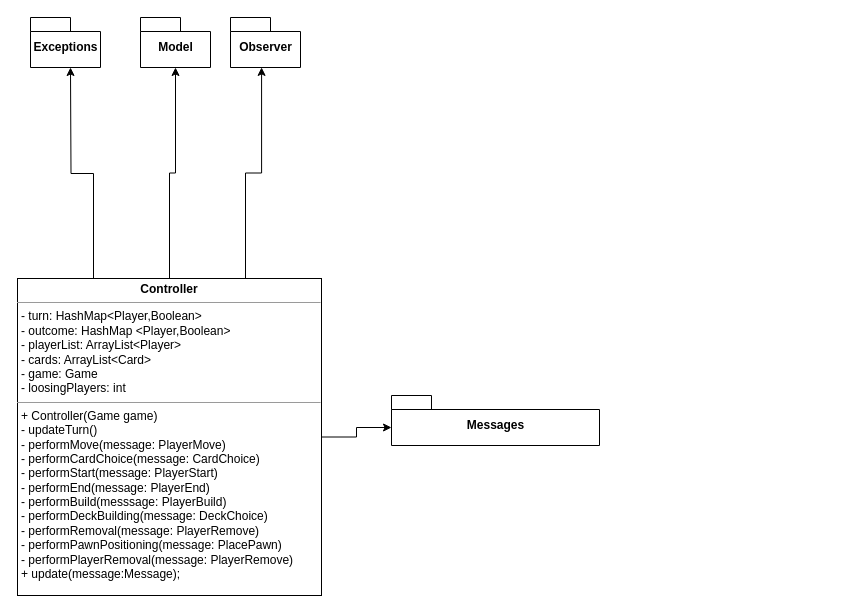
Earlier version of the draw.io diagram UML/Controller.drawio (peppetort/POLIMI_SE_19-20_santorini). Source tidied: cells renumbered, new cells numbered last; positions are measured from the earlier drawing's top-left corner, leaving out a move shared by most shapes. Both pictures are drawn from the tidied source at 100%, with x=0, y=0 at pixel (17, 17).
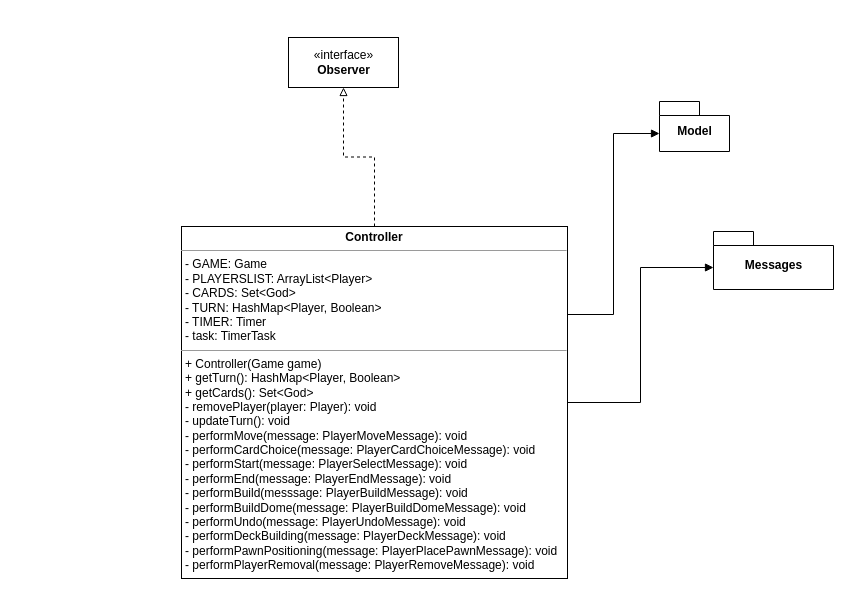
The same diagram, later.

Change to the diagram source:
```diff
@@
 <mxGraphModel>
   <root>
     <mxCell id="0" />
     <mxCell id="1" parent="0" />
     <mxCell id="2" value="Model" style="shape=folder;fontStyle=1;spacingTop=10;tabWidth=40;tabHeight=14;tabPosition=left;html=1;" parent="1" vertex="1">
-      <mxGeometry x="123" width="70" height="50" as="geometry" />
+      <mxGeometry x="642" y="84" width="70" height="50" as="geometry" />
     </mxCell>
-    <mxCell id="3" value="Observer" style="shape=folder;fontStyle=1;spacingTop=10;tabWidth=40;tabHeight=14;tabPosition=left;html=1;" parent="1" vertex="1">
-      <mxGeometry x="213" width="70" height="50" as="geometry" />
-    </mxCell>
+    <mxCell id="11" style="edgeStyle=orthogonalEdgeStyle;rounded=0;jettySize=auto;html=1;endArrow=block;endFill=0;dashed=1;" parent="1" edge="1" source="6" target="12">
+      <mxGeometry relative="1" as="geometry" />
+    </mxCell>
-    <mxCell id="4" style="edgeStyle=orthogonalEdgeStyle;rounded=0;jettySize=auto;html=1;entryX=0.5;entryY=1;entryDx=0;entryDy=0;entryPerimeter=0;" parent="1" edge="1" source="6" target="2">
+    <mxCell id="4" style="edgeStyle=orthogonalEdgeStyle;rounded=0;jettySize=auto;html=1;entryX=0;entryY=0;entryDx=0;entryDy=32;entryPerimeter=0;endArrow=block;endFill=1;exitX=1;exitY=0.25;exitDx=0;exitDy=0;" parent="1" edge="1" source="6" target="2">
       <mxGeometry relative="1" as="geometry" />
     </mxCell>
-    <mxCell id="5" style="edgeStyle=orthogonalEdgeStyle;rounded=0;jettySize=auto;html=1;exitX=1;exitY=0.5;exitDx=0;exitDy=0;entryX=0;entryY=0;entryDx=0;entryDy=32;entryPerimeter=0;" parent="1" edge="1" source="6" target="10">
+    <mxCell id="5" style="edgeStyle=orthogonalEdgeStyle;rounded=0;jettySize=auto;html=1;entryX=0;entryY=0;entryDx=0;entryDy=36;entryPerimeter=0;endArrow=block;endFill=1;" parent="1" edge="1" source="6" target="10">
       <mxGeometry relative="1" as="geometry" />
     </mxCell>
-    <mxCell id="6" value="&lt;p style=&quot;margin: 0px ; margin-top: 4px ; text-align: center&quot;&gt;&lt;b&gt;Controller&lt;/b&gt;&lt;/p&gt;&lt;hr size=&quot;1&quot;&gt;&lt;p style=&quot;margin: 0px ; margin-left: 4px&quot;&gt;- turn: HashMap&amp;lt;Player,Boolean&amp;gt;&lt;/p&gt;&lt;p style=&quot;margin: 0px ; margin-left: 4px&quot;&gt;- outcome: HashMap &amp;lt;Player,Boolean&amp;gt;&amp;nbsp;&lt;/p&gt;&lt;p style=&quot;margin: 0px ; margin-left: 4px&quot;&gt;- playerList: ArrayList&amp;lt;Player&amp;gt;&lt;/p&gt;&lt;p style=&quot;margin: 0px ; margin-left: 4px&quot;&gt;- cards: ArrayList&amp;lt;Card&amp;gt;&lt;/p&gt;&lt;p style=&quot;margin: 0px ; margin-left: 4px&quot;&gt;- game: Game&lt;/p&gt;&lt;p style=&quot;margin: 0px ; margin-left: 4px&quot;&gt;- loosingPlayers: int&lt;/p&gt;&lt;hr size=&quot;1&quot;&gt;&lt;p style=&quot;margin: 0px ; margin-left: 4px&quot;&gt;+ Controller(Game game)&lt;/p&gt;&lt;p style=&quot;margin: 0px ; margin-left: 4px&quot;&gt;- updateTurn()&lt;/p&gt;&lt;p style=&quot;margin: 0px ; margin-left: 4px&quot;&gt;- performMove(message: PlayerMove)&lt;/p&gt;&lt;p style=&quot;margin: 0px ; margin-left: 4px&quot;&gt;- performCardChoice(message: CardChoice)&lt;/p&gt;&lt;p style=&quot;margin: 0px ; margin-left: 4px&quot;&gt;- performStart(message: PlayerStart)&lt;/p&gt;&lt;p style=&quot;margin: 0px ; margin-left: 4px&quot;&gt;- performEnd(message: PlayerEnd)&lt;/p&gt;&lt;p style=&quot;margin: 0px ; margin-left: 4px&quot;&gt;- performBuild(messsage: PlayerBuild)&lt;/p&gt;&lt;p style=&quot;margin: 0px ; margin-left: 4px&quot;&gt;- performDeckBuilding(message: DeckChoice)&lt;/p&gt;&lt;p style=&quot;margin: 0px ; margin-left: 4px&quot;&gt;- performRemoval(message: PlayerRemove)&lt;/p&gt;&lt;p style=&quot;margin: 0px ; margin-left: 4px&quot;&gt;- performPawnPositioning(message: PlacePawn)&lt;/p&gt;&lt;p style=&quot;margin: 0px ; margin-left: 4px&quot;&gt;- performPlayerRemoval(message: PlayerRemove)&lt;/p&gt;&lt;p style=&quot;margin: 0px ; margin-left: 4px&quot;&gt;+ update(message:Message);&amp;nbsp;&amp;nbsp;&lt;/p&gt;&lt;p style=&quot;margin: 0px ; margin-left: 4px&quot;&gt;&lt;br&gt;&lt;/p&gt;" style="verticalAlign=top;align=left;overflow=fill;fontSize=12;fontFamily=Helvetica;html=1;" parent="1" vertex="1">
-      <mxGeometry y="261" width="304" height="317" as="geometry" />
+    <mxCell id="6" value="&lt;p style=&quot;margin: 0px ; margin-top: 4px ; text-align: center&quot;&gt;&lt;b&gt;Controller&lt;/b&gt;&lt;/p&gt;&lt;hr size=&quot;1&quot;&gt;&lt;p style=&quot;margin: 0px ; margin-left: 4px&quot;&gt;- GAME: Game&lt;/p&gt;&lt;p style=&quot;margin: 0px ; margin-left: 4px&quot;&gt;- PLAYERSLIST: ArrayList&amp;lt;Player&amp;gt;&lt;/p&gt;&lt;p style=&quot;margin: 0px ; margin-left: 4px&quot;&gt;- CARDS: Set&amp;lt;God&amp;gt;&lt;/p&gt;&lt;p style=&quot;margin: 0px ; margin-left: 4px&quot;&gt;- TURN: HashMap&amp;lt;Player, Boolean&amp;gt;&lt;/p&gt;&lt;p style=&quot;margin: 0px ; margin-left: 4px&quot;&gt;- TIMER: Timer&lt;/p&gt;&lt;p style=&quot;margin: 0px ; margin-left: 4px&quot;&gt;- task: TimerTask&lt;/p&gt;&lt;hr size=&quot;1&quot;&gt;&lt;p style=&quot;margin: 0px ; margin-left: 4px&quot;&gt;+ Controller(Game game)&lt;/p&gt;&lt;p style=&quot;margin: 0px ; margin-left: 4px&quot;&gt;+ getTurn(): HashMap&amp;lt;Player, Boolean&amp;gt;&lt;/p&gt;&lt;p style=&quot;margin: 0px ; margin-left: 4px&quot;&gt;+ getCards(): Set&amp;lt;God&amp;gt;&lt;/p&gt;&lt;p style=&quot;margin: 0px ; margin-left: 4px&quot;&gt;- removePlayer(player: Player): void&lt;/p&gt;&lt;p style=&quot;margin: 0px ; margin-left: 4px&quot;&gt;- updateTurn(): void&lt;/p&gt;&lt;p style=&quot;margin: 0px ; margin-left: 4px&quot;&gt;- performMove(message: PlayerMoveMessage): void&lt;/p&gt;&lt;p style=&quot;margin: 0px ; margin-left: 4px&quot;&gt;- performCardChoice(message: PlayerCardChoiceMessage): void&lt;/p&gt;&lt;p style=&quot;margin: 0px ; margin-left: 4px&quot;&gt;- performStart(message: PlayerSelectMessage): void&lt;/p&gt;&lt;p style=&quot;margin: 0px ; margin-left: 4px&quot;&gt;- performEnd(message: PlayerEndMessage): void&lt;/p&gt;&lt;p style=&quot;margin: 0px ; margin-left: 4px&quot;&gt;- performBuild(messsage: PlayerBuildMessage): void&lt;/p&gt;&lt;p style=&quot;margin: 0px ; margin-left: 4px&quot;&gt;- performBuildDome(message: PlayerBuildDomeMessage): void&lt;/p&gt;&lt;p style=&quot;margin: 0px ; margin-left: 4px&quot;&gt;- performUndo(message: PlayerUndoMessage): void&lt;/p&gt;&lt;p style=&quot;margin: 0px ; margin-left: 4px&quot;&gt;- performDeckBuilding(message: PlayerDeckMessage): void&lt;/p&gt;&lt;p style=&quot;margin: 0px ; margin-left: 4px&quot;&gt;- performPawnPositioning(message: PlayerPlacePawnMessage): void&lt;/p&gt;&lt;p style=&quot;margin: 0px ; margin-left: 4px&quot;&gt;- performPlayerRemoval(message: PlayerRemoveMessage): void&lt;/p&gt;&lt;p style=&quot;margin: 0px ; margin-left: 4px&quot;&gt;&lt;br&gt;&lt;/p&gt;" style="verticalAlign=top;align=left;overflow=fill;fontSize=12;fontFamily=Helvetica;html=1;" parent="1" vertex="1">
+      <mxGeometry x="164" y="209" width="386" height="352" as="geometry" />
     </mxCell>
-    <mxCell id="7" style="edgeStyle=orthogonalEdgeStyle;rounded=0;jettySize=auto;html=1;entryX=0.444;entryY=0.998;entryDx=0;entryDy=0;entryPerimeter=0;exitX=0.75;exitY=0;exitDx=0;exitDy=0;" parent="1" edge="1" source="6" target="3">
-      <mxGeometry relative="1" as="geometry" />
-    </mxCell>
-    <mxCell id="8" value="Exceptions" style="shape=folder;fontStyle=1;spacingTop=10;tabWidth=40;tabHeight=14;tabPosition=left;html=1;" parent="1" vertex="1">
-      <mxGeometry x="13" width="70" height="50" as="geometry" />
-    </mxCell>
-    <mxCell id="9" style="edgeStyle=orthogonalEdgeStyle;rounded=0;jettySize=auto;html=1;entryX=0.5;entryY=1;entryDx=0;entryDy=0;entryPerimeter=0;exitX=0.25;exitY=0;exitDx=0;exitDy=0;" parent="1" edge="1" source="6">
-      <mxGeometry relative="1" as="geometry">
-        <mxPoint x="53" y="50" as="targetPoint" />
-      </mxGeometry>
-    </mxCell>
     <mxCell id="10" value="Messages" style="shape=folder;fontStyle=1;spacingTop=10;tabWidth=40;tabHeight=14;tabPosition=left;html=1;" parent="1" vertex="1">
-      <mxGeometry x="374" y="378" width="208" height="50" as="geometry" />
+      <mxGeometry x="696" y="214" width="120" height="58" as="geometry" />
     </mxCell>
+    <mxCell id="12" value="«interface»&lt;br&gt;&lt;b&gt;Observer&lt;/b&gt;" style="html=1;" parent="1" vertex="1">
+      <mxGeometry x="271" y="20" width="110" height="50" as="geometry" />
+    </mxCell>
   </root>
 </mxGraphModel>
```
